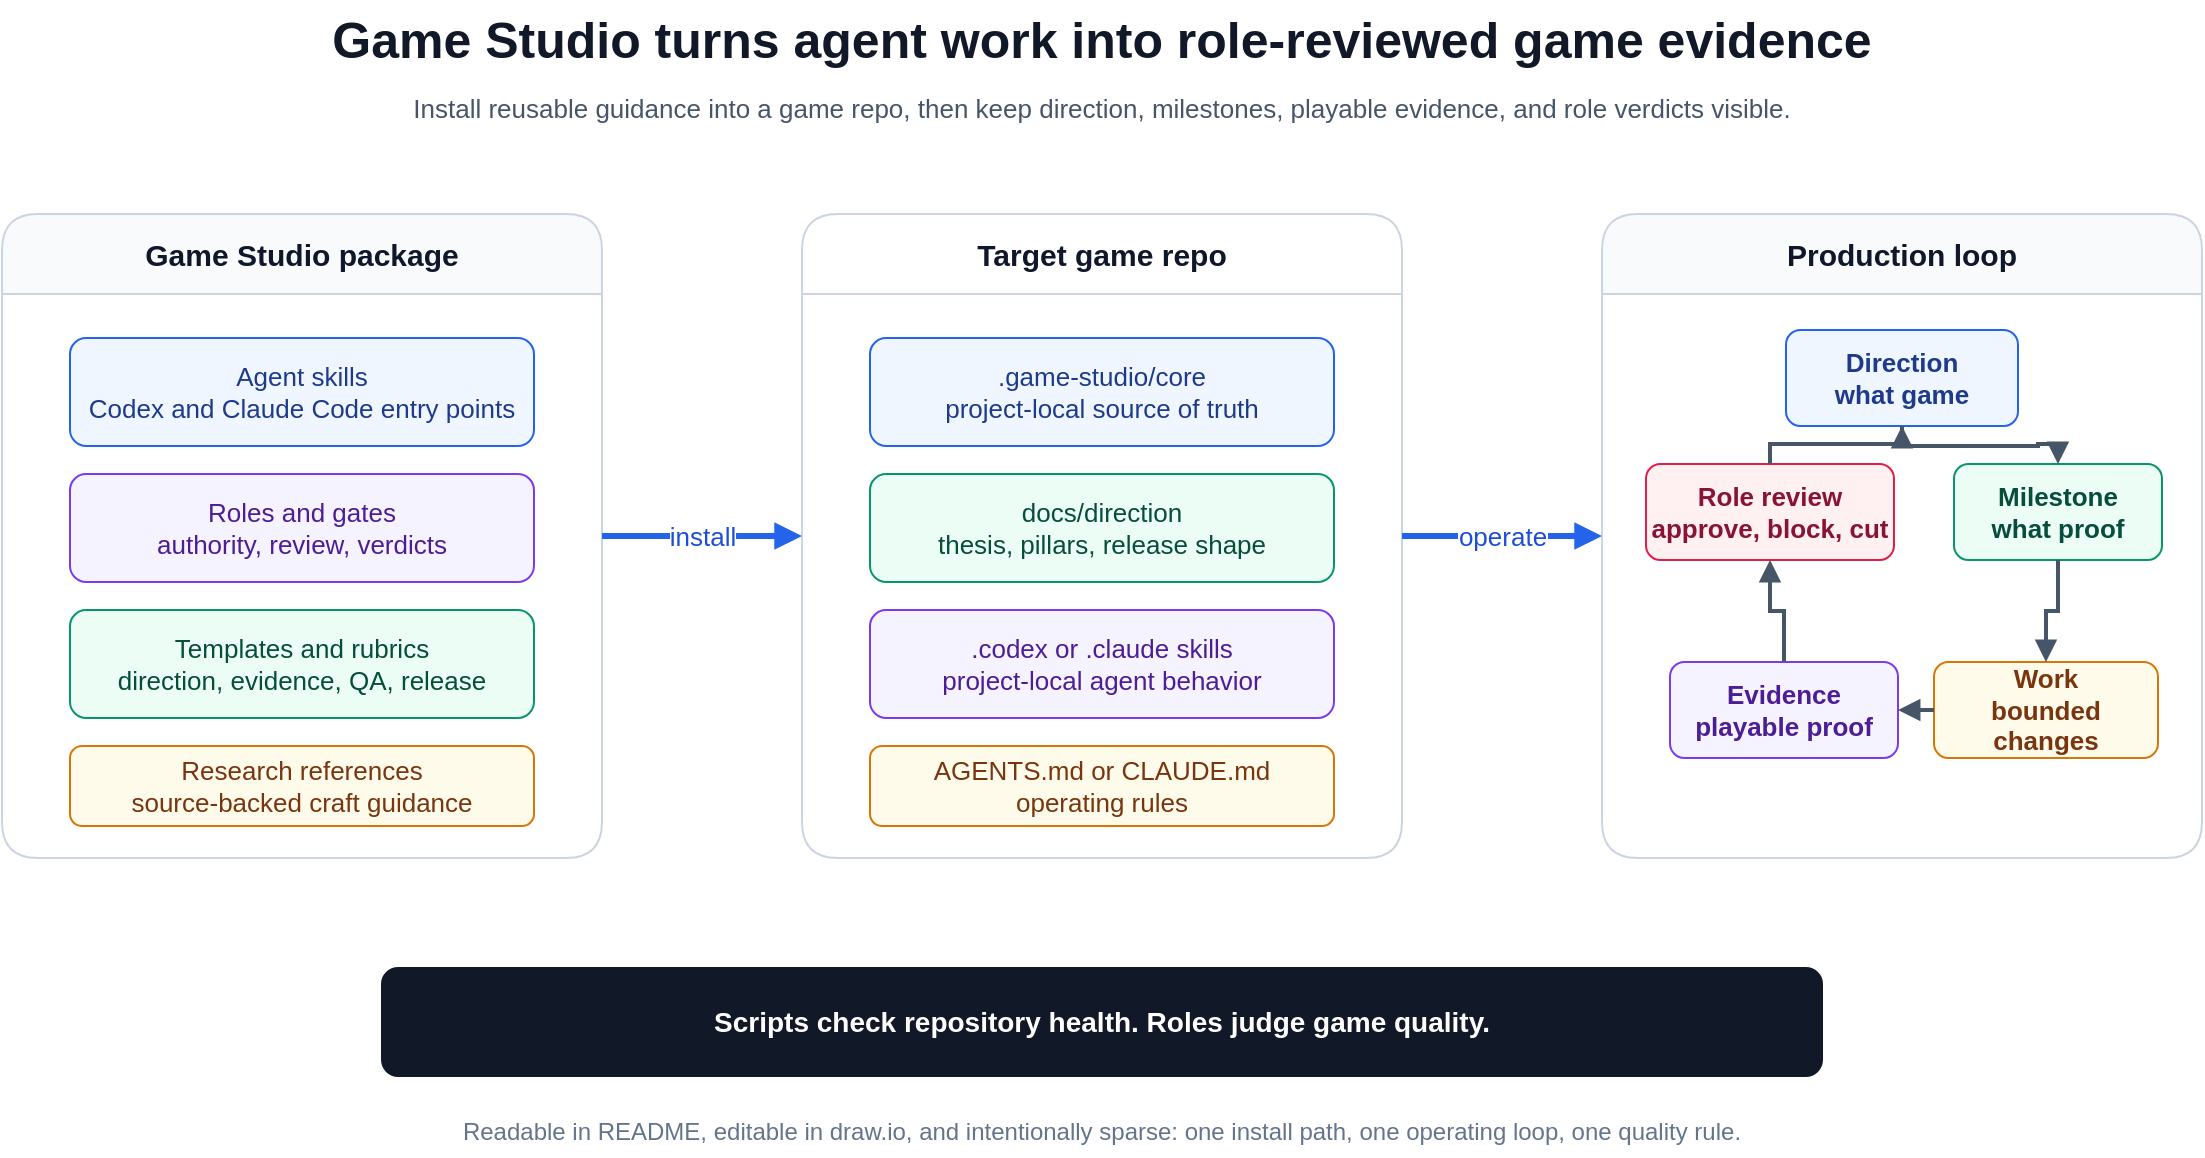
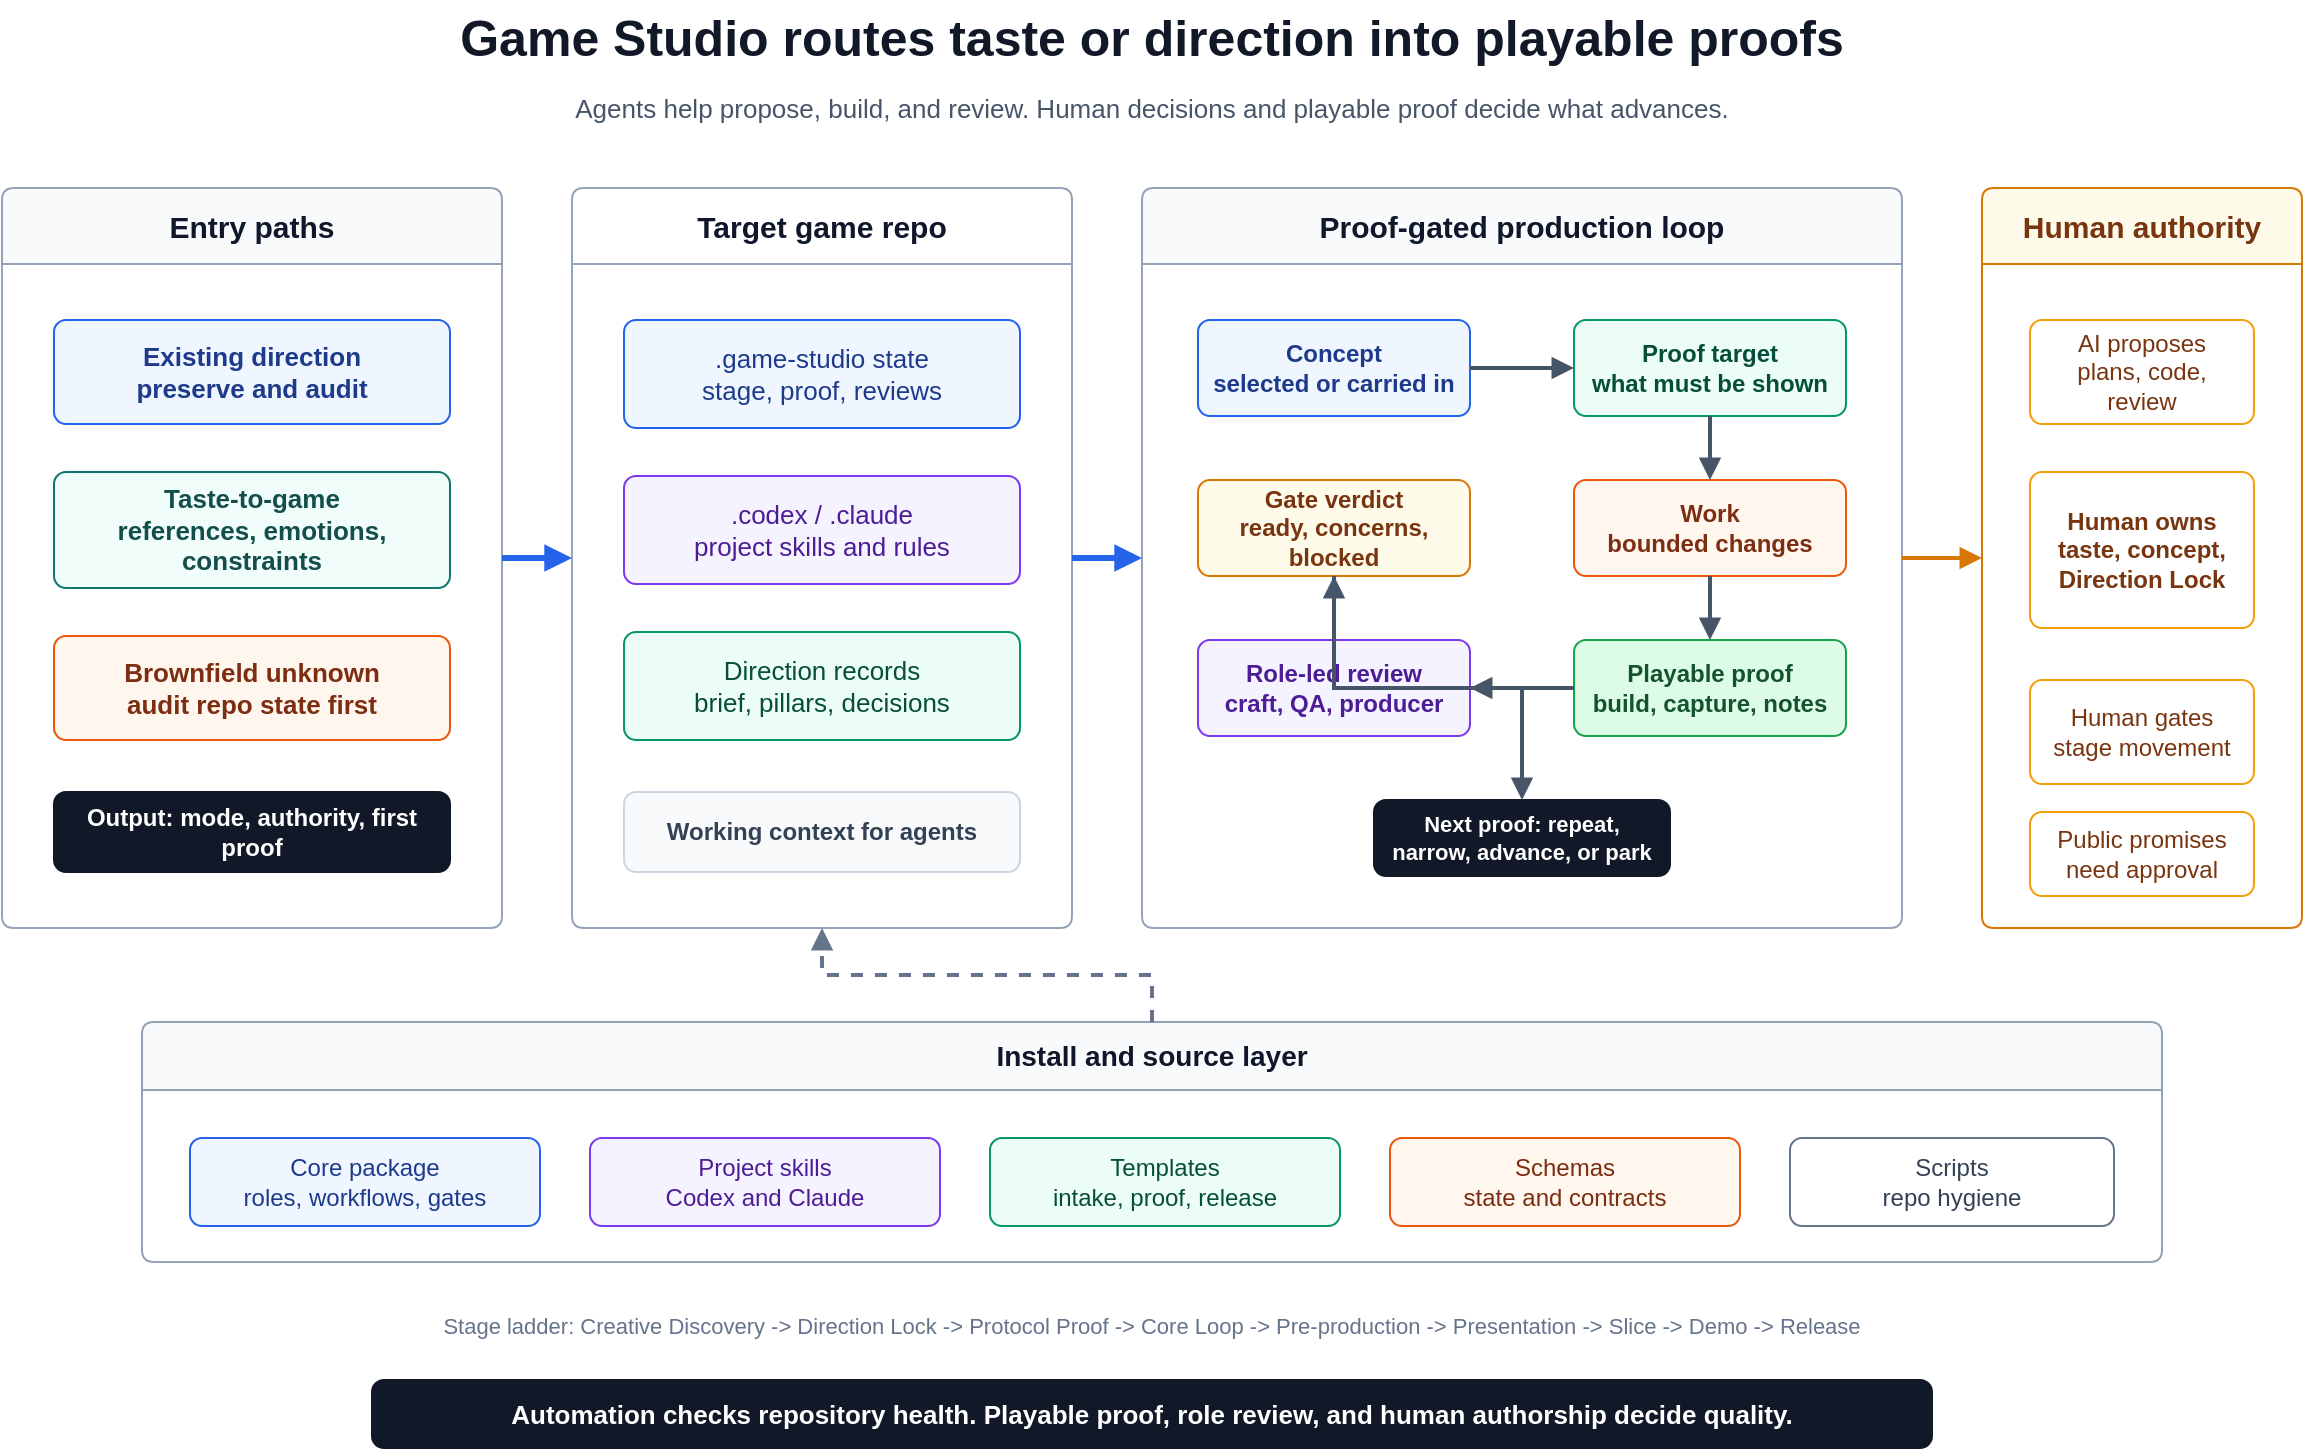
- <mxfile host="app.diagrams.net" modified="2026-05-04T00:00:00.000Z" agent="Codex" version="24.7.17" type="device">
+ <mxfile host="app.diagrams.net" modified="2026-05-05T00:00:00.000Z" agent="Codex" version="24.7.17" type="device">
  <diagram id="game-studio-system-map" name="Game Studio system map">
-     <mxGraphModel dx="1240" dy="720" grid="1" gridSize="10" guides="1" tooltips="1" connect="1" arrows="1" fold="1" page="1" pageScale="1" pageWidth="1240" pageHeight="720" math="0" shadow="0" adaptiveColors="auto">
+     <mxGraphModel dx="1240" dy="760" grid="1" gridSize="10" guides="1" tooltips="1" connect="1" arrows="1" fold="1" page="1" pageScale="1" pageWidth="1240" pageHeight="760" math="0" shadow="0" adaptiveColors="auto">
      <root>
        <mxCell id="0" />
        <mxCell id="1" parent="0" />
-         <mxCell id="title" value="Game Studio turns agent work into role-reviewed game evidence" style="text;html=1;strokeColor=none;fillColor=none;align=center;verticalAlign=middle;whiteSpace=wrap;rounded=0;fontSize=25;fontStyle=1;fontColor=#111827;" vertex="1" parent="1">
-           <mxGeometry x="120" y="28" width="1000" height="38" as="geometry" />
+         <mxCell id="title" value="Game Studio routes taste or direction into playable proofs" style="text;html=1;strokeColor=none;fillColor=none;align=center;verticalAlign=middle;whiteSpace=wrap;rounded=0;fontSize=25;fontStyle=1;fontColor=#111827;" vertex="1" parent="1">
+           <mxGeometry x="80" y="24" width="1080" height="36" as="geometry" />
        </mxCell>
-         <mxCell id="subtitle" value="Install reusable guidance into a game repo, then keep direction, milestones, playable evidence, and role verdicts visible." style="text;html=1;strokeColor=none;fillColor=none;align=center;verticalAlign=middle;whiteSpace=wrap;rounded=0;fontSize=13;fontColor=#475569;" vertex="1" parent="1">
-           <mxGeometry x="220" y="68" width="800" height="28" as="geometry" />
+         <mxCell id="subtitle" value="Agents help propose, build, and review. Human decisions and playable proof decide what advances." style="text;html=1;strokeColor=none;fillColor=none;align=center;verticalAlign=middle;whiteSpace=wrap;rounded=0;fontSize=13;fontColor=#475569;" vertex="1" parent="1">
+           <mxGeometry x="210" y="64" width="820" height="28" as="geometry" />
        </mxCell>
-         <mxCell id="source-zone" value="Game Studio package" style="swimlane;html=1;rounded=1;startSize=40;whiteSpace=wrap;container=1;collapsible=0;recursiveResize=0;fillColor=#F8FAFC;strokeColor=#CBD5E1;fontStyle=1;fontSize=15;fontColor=#0F172A;" vertex="1" parent="1">
-           <mxGeometry x="70" y="135" width="300" height="322" as="geometry" />
+         <mxCell id="entry-zone" value="Entry paths" style="swimlane;html=1;rounded=1;absoluteArcSize=1;arcSize=12;spacing=8;startSize=38;whiteSpace=wrap;container=1;collapsible=0;recursiveResize=0;fillColor=#F8FAFC;strokeColor=#94A3B8;fontStyle=1;fontSize=15;fontColor=#0F172A;" vertex="1" parent="1">
+           <mxGeometry x="45" y="118" width="250" height="370" as="geometry" />
        </mxCell>
-         <mxCell id="source-skills" value="Agent skills&#xa;Codex and Claude Code entry points" style="rounded=1;whiteSpace=wrap;html=1;fillColor=#EFF6FF;strokeColor=#2563EB;fontColor=#1E3A8A;fontSize=13;" vertex="1" parent="source-zone">
-           <mxGeometry x="34" y="62" width="232" height="54" as="geometry" />
+         <mxCell id="entry-direction" value="Existing direction&#xa;preserve and audit" style="rounded=1;absoluteArcSize=1;arcSize=12;whiteSpace=wrap;html=1;spacing=8;fillColor=#EFF6FF;strokeColor=#2563EB;fontColor=#1E3A8A;fontSize=13;fontStyle=1;" vertex="1" parent="entry-zone">
+           <mxGeometry x="26" y="66" width="198" height="52" as="geometry" />
        </mxCell>
-         <mxCell id="source-roles" value="Roles and gates&#xa;authority, review, verdicts" style="rounded=1;whiteSpace=wrap;html=1;fillColor=#F5F3FF;strokeColor=#7C3AED;fontColor=#4C1D95;fontSize=13;" vertex="1" parent="source-zone">
-           <mxGeometry x="34" y="130" width="232" height="54" as="geometry" />
+         <mxCell id="entry-taste" value="Taste-to-game&#xa;references, emotions, constraints" style="rounded=1;absoluteArcSize=1;arcSize=12;whiteSpace=wrap;html=1;spacing=8;fillColor=#F0FDFA;strokeColor=#0F766E;fontColor=#134E4A;fontSize=13;fontStyle=1;" vertex="1" parent="entry-zone">
+           <mxGeometry x="26" y="142" width="198" height="58" as="geometry" />
        </mxCell>
-         <mxCell id="source-templates" value="Templates and rubrics&#xa;direction, evidence, QA, release" style="rounded=1;whiteSpace=wrap;html=1;fillColor=#ECFDF5;strokeColor=#059669;fontColor=#064E3B;fontSize=13;" vertex="1" parent="source-zone">
-           <mxGeometry x="34" y="198" width="232" height="54" as="geometry" />
+         <mxCell id="entry-brownfield" value="Brownfield unknown&#xa;audit repo state first" style="rounded=1;absoluteArcSize=1;arcSize=12;whiteSpace=wrap;html=1;spacing=8;fillColor=#FFF7ED;strokeColor=#EA580C;fontColor=#7C2D12;fontSize=13;fontStyle=1;" vertex="1" parent="entry-zone">
+           <mxGeometry x="26" y="224" width="198" height="52" as="geometry" />
        </mxCell>
-         <mxCell id="source-research" value="Research references&#xa;source-backed craft guidance" style="rounded=1;whiteSpace=wrap;html=1;fillColor=#FFFBEB;strokeColor=#D97706;fontColor=#78350F;fontSize=13;" vertex="1" parent="source-zone">
-           <mxGeometry x="34" y="266" width="232" height="40" as="geometry" />
+         <mxCell id="entry-output" value="Output: mode, authority, first proof" style="rounded=1;absoluteArcSize=1;arcSize=12;whiteSpace=wrap;html=1;spacing=8;fillColor=#111827;strokeColor=#111827;fontColor=#FFFFFF;fontSize=12;fontStyle=1;align=center;" vertex="1" parent="entry-zone">
+           <mxGeometry x="26" y="302" width="198" height="40" as="geometry" />
        </mxCell>
-         <mxCell id="project-zone" value="Target game repo" style="swimlane;html=1;rounded=1;startSize=40;whiteSpace=wrap;container=1;collapsible=0;recursiveResize=0;fillColor=#FFFFFF;strokeColor=#CBD5E1;fontStyle=1;fontSize=15;fontColor=#0F172A;" vertex="1" parent="1">
-           <mxGeometry x="470" y="135" width="300" height="322" as="geometry" />
+         <mxCell id="repo-zone" value="Target game repo" style="swimlane;html=1;rounded=1;absoluteArcSize=1;arcSize=12;spacing=8;startSize=38;whiteSpace=wrap;container=1;collapsible=0;recursiveResize=0;fillColor=#FFFFFF;strokeColor=#94A3B8;fontStyle=1;fontSize=15;fontColor=#0F172A;" vertex="1" parent="1">
+           <mxGeometry x="330" y="118" width="250" height="370" as="geometry" />
        </mxCell>
-         <mxCell id="project-state" value=".game-studio/core&#xa;project-local source of truth" style="rounded=1;whiteSpace=wrap;html=1;fillColor=#EFF6FF;strokeColor=#2563EB;fontColor=#1E3A8A;fontSize=13;" vertex="1" parent="project-zone">
-           <mxGeometry x="34" y="62" width="232" height="54" as="geometry" />
+         <mxCell id="repo-state-main" value=".game-studio state&#xa;stage, proof, reviews" style="rounded=1;absoluteArcSize=1;arcSize=12;whiteSpace=wrap;html=1;spacing=8;fillColor=#EFF6FF;strokeColor=#2563EB;fontColor=#1E3A8A;fontSize=13;" vertex="1" parent="repo-zone">
+           <mxGeometry x="26" y="66" width="198" height="54" as="geometry" />
        </mxCell>
-         <mxCell id="project-direction" value="docs/direction&#xa;thesis, pillars, release shape" style="rounded=1;whiteSpace=wrap;html=1;fillColor=#ECFDF5;strokeColor=#059669;fontColor=#064E3B;fontSize=13;" vertex="1" parent="project-zone">
-           <mxGeometry x="34" y="130" width="232" height="54" as="geometry" />
+         <mxCell id="repo-agents" value=".codex / .claude&#xa;project skills and rules" style="rounded=1;absoluteArcSize=1;arcSize=12;whiteSpace=wrap;html=1;spacing=8;fillColor=#F5F3FF;strokeColor=#7C3AED;fontColor=#4C1D95;fontSize=13;" vertex="1" parent="repo-zone">
+           <mxGeometry x="26" y="144" width="198" height="54" as="geometry" />
        </mxCell>
-         <mxCell id="project-skills" value=".codex or .claude skills&#xa;project-local agent behavior" style="rounded=1;whiteSpace=wrap;html=1;fillColor=#F5F3FF;strokeColor=#7C3AED;fontColor=#4C1D95;fontSize=13;" vertex="1" parent="project-zone">
-           <mxGeometry x="34" y="198" width="232" height="54" as="geometry" />
+         <mxCell id="repo-direction" value="Direction records&#xa;brief, pillars, decisions" style="rounded=1;absoluteArcSize=1;arcSize=12;whiteSpace=wrap;html=1;spacing=8;fillColor=#ECFDF5;strokeColor=#059669;fontColor=#064E3B;fontSize=13;" vertex="1" parent="repo-zone">
+           <mxGeometry x="26" y="222" width="198" height="54" as="geometry" />
        </mxCell>
-         <mxCell id="project-policy" value="AGENTS.md or CLAUDE.md&#xa;operating rules" style="rounded=1;whiteSpace=wrap;html=1;fillColor=#FFFBEB;strokeColor=#D97706;fontColor=#78350F;fontSize=13;" vertex="1" parent="project-zone">
-           <mxGeometry x="34" y="266" width="232" height="40" as="geometry" />
+         <mxCell id="repo-output-main" value="Working context for agents" style="rounded=1;absoluteArcSize=1;arcSize=12;whiteSpace=wrap;html=1;spacing=8;fillColor=#F8FAFC;strokeColor=#CBD5E1;fontColor=#334155;fontSize=12;fontStyle=1;align=center;" vertex="1" parent="repo-zone">
+           <mxGeometry x="26" y="302" width="198" height="40" as="geometry" />
        </mxCell>
-         <mxCell id="loop-zone" value="Production loop" style="swimlane;html=1;rounded=1;startSize=40;whiteSpace=wrap;container=1;collapsible=0;recursiveResize=0;fillColor=#F8FAFC;strokeColor=#CBD5E1;fontStyle=1;fontSize=15;fontColor=#0F172A;" vertex="1" parent="1">
-           <mxGeometry x="870" y="135" width="300" height="322" as="geometry" />
+         <mxCell id="loop-zone" value="Proof-gated production loop" style="swimlane;html=1;rounded=1;absoluteArcSize=1;arcSize=12;spacing=8;startSize=38;whiteSpace=wrap;container=1;collapsible=0;recursiveResize=0;fillColor=#F8FAFC;strokeColor=#94A3B8;fontStyle=1;fontSize=15;fontColor=#0F172A;" vertex="1" parent="1">
+           <mxGeometry x="615" y="118" width="380" height="370" as="geometry" />
        </mxCell>
-         <mxCell id="loop-direction" value="Direction&#xa;what game" style="rounded=1;whiteSpace=wrap;html=1;fillColor=#EFF6FF;strokeColor=#2563EB;fontColor=#1E3A8A;fontSize=13;fontStyle=1;" vertex="1" parent="loop-zone">
-           <mxGeometry x="92" y="58" width="116" height="48" as="geometry" />
+         <mxCell id="loop-concept" value="Concept&#xa;selected or carried in" style="rounded=1;absoluteArcSize=1;arcSize=12;whiteSpace=wrap;html=1;spacing=8;fillColor=#EFF6FF;strokeColor=#2563EB;fontColor=#1E3A8A;fontSize=12;fontStyle=1;" vertex="1" parent="loop-zone">
+           <mxGeometry x="28" y="66" width="136" height="48" as="geometry" />
        </mxCell>
-         <mxCell id="loop-milestone" value="Milestone&#xa;what proof" style="rounded=1;whiteSpace=wrap;html=1;fillColor=#ECFDF5;strokeColor=#059669;fontColor=#064E3B;fontSize=13;fontStyle=1;" vertex="1" parent="loop-zone">
-           <mxGeometry x="176" y="125" width="104" height="48" as="geometry" />
+         <mxCell id="loop-target" value="Proof target&#xa;what must be shown" style="rounded=1;absoluteArcSize=1;arcSize=12;whiteSpace=wrap;html=1;spacing=8;fillColor=#ECFDF5;strokeColor=#059669;fontColor=#064E3B;fontSize=12;fontStyle=1;" vertex="1" parent="loop-zone">
+           <mxGeometry x="216" y="66" width="136" height="48" as="geometry" />
        </mxCell>
-         <mxCell id="loop-work" value="Work&#xa;bounded changes" style="rounded=1;whiteSpace=wrap;html=1;fillColor=#FFFBEB;strokeColor=#D97706;fontColor=#78350F;fontSize=13;fontStyle=1;" vertex="1" parent="loop-zone">
-           <mxGeometry x="166" y="224" width="112" height="48" as="geometry" />
+         <mxCell id="loop-work" value="Work&#xa;bounded changes" style="rounded=1;absoluteArcSize=1;arcSize=12;whiteSpace=wrap;html=1;spacing=8;fillColor=#FFF7ED;strokeColor=#EA580C;fontColor=#7C2D12;fontSize=12;fontStyle=1;" vertex="1" parent="loop-zone">
+           <mxGeometry x="216" y="146" width="136" height="48" as="geometry" />
        </mxCell>
-         <mxCell id="loop-evidence" value="Evidence&#xa;playable proof" style="rounded=1;whiteSpace=wrap;html=1;fillColor=#F5F3FF;strokeColor=#7C3AED;fontColor=#4C1D95;fontSize=13;fontStyle=1;" vertex="1" parent="loop-zone">
-           <mxGeometry x="34" y="224" width="114" height="48" as="geometry" />
+         <mxCell id="loop-playable" value="Playable proof&#xa;build, capture, notes" style="rounded=1;absoluteArcSize=1;arcSize=12;whiteSpace=wrap;html=1;spacing=8;fillColor=#DCFCE7;strokeColor=#16A34A;fontColor=#14532D;fontSize=12;fontStyle=1;" vertex="1" parent="loop-zone">
+           <mxGeometry x="216" y="226" width="136" height="48" as="geometry" />
        </mxCell>
-         <mxCell id="loop-review" value="Role review&#xa;approve, block, cut" style="rounded=1;whiteSpace=wrap;html=1;fillColor=#FFF1F2;strokeColor=#E11D48;fontColor=#881337;fontSize=13;fontStyle=1;" vertex="1" parent="loop-zone">
-           <mxGeometry x="22" y="125" width="124" height="48" as="geometry" />
+         <mxCell id="loop-review" value="Role-led review&#xa;craft, QA, producer" style="rounded=1;absoluteArcSize=1;arcSize=12;whiteSpace=wrap;html=1;spacing=8;fillColor=#F5F3FF;strokeColor=#7C3AED;fontColor=#4C1D95;fontSize=12;fontStyle=1;" vertex="1" parent="loop-zone">
+           <mxGeometry x="28" y="226" width="136" height="48" as="geometry" />
        </mxCell>
-         <mxCell id="install-arrow" value="install" style="edgeStyle=orthogonalEdgeStyle;rounded=0;orthogonalLoop=1;jettySize=auto;html=1;strokeColor=#2563EB;strokeWidth=3;fontColor=#1D4ED8;fontSize=13;endArrow=block;endFill=1;" edge="1" parent="1" source="source-zone" target="project-zone">
+         <mxCell id="loop-gate" value="Gate verdict&#xa;ready, concerns, blocked" style="rounded=1;absoluteArcSize=1;arcSize=12;whiteSpace=wrap;html=1;spacing=8;fillColor=#FFFBEB;strokeColor=#D97706;fontColor=#78350F;fontSize=12;fontStyle=1;" vertex="1" parent="loop-zone">
+           <mxGeometry x="28" y="146" width="136" height="48" as="geometry" />
+         </mxCell>
+         <mxCell id="loop-next" value="Next proof: repeat, narrow, advance, or park" style="rounded=1;absoluteArcSize=1;arcSize=12;whiteSpace=wrap;html=1;spacing=8;fillColor=#111827;strokeColor=#111827;fontColor=#FFFFFF;fontSize=11;fontStyle=1;align=center;" vertex="1" parent="loop-zone">
+           <mxGeometry x="116" y="306" width="148" height="38" as="geometry" />
+         </mxCell>
+         <mxCell id="authority-zone" value="Human authority" style="swimlane;html=1;rounded=1;absoluteArcSize=1;arcSize=12;spacing=8;startSize=38;whiteSpace=wrap;container=1;collapsible=0;recursiveResize=0;fillColor=#FFFBEB;strokeColor=#D97706;fontStyle=1;fontSize=15;fontColor=#78350F;" vertex="1" parent="1">
+           <mxGeometry x="1035" y="118" width="160" height="370" as="geometry" />
+         </mxCell>
+         <mxCell id="authority-agent" value="AI proposes&#xa;plans, code, review" style="rounded=1;absoluteArcSize=1;arcSize=12;whiteSpace=wrap;html=1;spacing=8;fillColor=#FFFFFF;strokeColor=#F59E0B;fontColor=#78350F;fontSize=12;" vertex="1" parent="authority-zone">
+           <mxGeometry x="24" y="66" width="112" height="52" as="geometry" />
+         </mxCell>
+         <mxCell id="authority-human" value="Human owns&#xa;taste, concept, Direction Lock" style="rounded=1;absoluteArcSize=1;arcSize=12;whiteSpace=wrap;html=1;spacing=8;fillColor=#FFFFFF;strokeColor=#F59E0B;fontColor=#78350F;fontSize=12;fontStyle=1;" vertex="1" parent="authority-zone">
+           <mxGeometry x="24" y="142" width="112" height="78" as="geometry" />
+         </mxCell>
+         <mxCell id="authority-stage" value="Human gates&#xa;stage movement" style="rounded=1;absoluteArcSize=1;arcSize=12;whiteSpace=wrap;html=1;spacing=8;fillColor=#FFFFFF;strokeColor=#F59E0B;fontColor=#78350F;fontSize=12;" vertex="1" parent="authority-zone">
+           <mxGeometry x="24" y="246" width="112" height="52" as="geometry" />
+         </mxCell>
+         <mxCell id="authority-public" value="Public promises&#xa;need approval" style="rounded=1;absoluteArcSize=1;arcSize=12;whiteSpace=wrap;html=1;spacing=8;fillColor=#FFFFFF;strokeColor=#F59E0B;fontColor=#78350F;fontSize=12;" vertex="1" parent="authority-zone">
+           <mxGeometry x="24" y="312" width="112" height="42" as="geometry" />
+         </mxCell>
+         <mxCell id="substrate-zone" value="Install and source layer" style="swimlane;html=1;rounded=1;absoluteArcSize=1;arcSize=12;spacing=8;startSize=34;whiteSpace=wrap;container=1;collapsible=0;recursiveResize=0;fillColor=#F8FAFC;strokeColor=#94A3B8;fontStyle=1;fontSize=14;fontColor=#0F172A;" vertex="1" parent="1">
+           <mxGeometry x="115" y="535" width="1010" height="120" as="geometry" />
+         </mxCell>
+         <mxCell id="sub-core" value="Core package&#xa;roles, workflows, gates" style="rounded=1;absoluteArcSize=1;arcSize=12;whiteSpace=wrap;html=1;spacing=8;fillColor=#EFF6FF;strokeColor=#2563EB;fontColor=#1E3A8A;fontSize=12;" vertex="1" parent="substrate-zone">
+           <mxGeometry x="24" y="58" width="175" height="44" as="geometry" />
+         </mxCell>
+         <mxCell id="sub-skills" value="Project skills&#xa;Codex and Claude" style="rounded=1;absoluteArcSize=1;arcSize=12;whiteSpace=wrap;html=1;spacing=8;fillColor=#F5F3FF;strokeColor=#7C3AED;fontColor=#4C1D95;fontSize=12;" vertex="1" parent="substrate-zone">
+           <mxGeometry x="224" y="58" width="175" height="44" as="geometry" />
+         </mxCell>
+         <mxCell id="sub-templates" value="Templates&#xa;intake, proof, release" style="rounded=1;absoluteArcSize=1;arcSize=12;whiteSpace=wrap;html=1;spacing=8;fillColor=#ECFDF5;strokeColor=#059669;fontColor=#064E3B;fontSize=12;" vertex="1" parent="substrate-zone">
+           <mxGeometry x="424" y="58" width="175" height="44" as="geometry" />
+         </mxCell>
+         <mxCell id="sub-contracts" value="Schemas&#xa;state and contracts" style="rounded=1;absoluteArcSize=1;arcSize=12;whiteSpace=wrap;html=1;spacing=8;fillColor=#FFF7ED;strokeColor=#EA580C;fontColor=#7C2D12;fontSize=12;" vertex="1" parent="substrate-zone">
+           <mxGeometry x="624" y="58" width="175" height="44" as="geometry" />
+         </mxCell>
+         <mxCell id="sub-scripts" value="Scripts&#xa;repo hygiene" style="rounded=1;absoluteArcSize=1;arcSize=12;whiteSpace=wrap;html=1;spacing=8;fillColor=#FFFFFF;strokeColor=#64748B;fontColor=#334155;fontSize=12;" vertex="1" parent="substrate-zone">
+           <mxGeometry x="824" y="58" width="162" height="44" as="geometry" />
+         </mxCell>
+         <mxCell id="entry-to-repo" value="" style="edgeStyle=orthogonalEdgeStyle;rounded=0;orthogonalLoop=1;jettySize=auto;html=1;strokeColor=#2563EB;strokeWidth=3;fontColor=#1D4ED8;fontSize=12;endArrow=block;endFill=1;" edge="1" parent="1" source="entry-zone" target="repo-zone">
          <mxGeometry relative="1" as="geometry" />
        </mxCell>
-         <mxCell id="operate-arrow" value="operate" style="edgeStyle=orthogonalEdgeStyle;rounded=0;orthogonalLoop=1;jettySize=auto;html=1;strokeColor=#2563EB;strokeWidth=3;fontColor=#1D4ED8;fontSize=13;endArrow=block;endFill=1;" edge="1" parent="1" source="project-zone" target="loop-zone">
+         <mxCell id="repo-to-loop" value="" style="edgeStyle=orthogonalEdgeStyle;rounded=0;orthogonalLoop=1;jettySize=auto;html=1;strokeColor=#2563EB;strokeWidth=3;fontColor=#1D4ED8;fontSize=12;endArrow=block;endFill=1;" edge="1" parent="1" source="repo-zone" target="loop-zone">
          <mxGeometry relative="1" as="geometry" />
        </mxCell>
-         <mxCell id="edge-direction-milestone" value="" style="edgeStyle=orthogonalEdgeStyle;rounded=0;html=1;strokeColor=#475569;strokeWidth=2;endArrow=block;endFill=1;" edge="1" parent="loop-zone" source="loop-direction" target="loop-milestone">
+         <mxCell id="loop-to-authority" value="" style="edgeStyle=orthogonalEdgeStyle;rounded=0;orthogonalLoop=1;jettySize=auto;html=1;strokeColor=#D97706;strokeWidth=2;fontColor=#92400E;fontSize=11;endArrow=block;endFill=1;" edge="1" parent="1" source="loop-zone" target="authority-zone">
          <mxGeometry relative="1" as="geometry" />
        </mxCell>
-         <mxCell id="edge-milestone-work" value="" style="edgeStyle=orthogonalEdgeStyle;rounded=0;html=1;strokeColor=#475569;strokeWidth=2;endArrow=block;endFill=1;" edge="1" parent="loop-zone" source="loop-milestone" target="loop-work">
+         <mxCell id="substrate-to-repo" value="" style="edgeStyle=orthogonalEdgeStyle;rounded=0;orthogonalLoop=1;jettySize=auto;html=1;strokeColor=#64748B;strokeWidth=2;fontColor=#475569;fontSize=11;endArrow=block;endFill=1;dashed=1;" edge="1" parent="1" source="substrate-zone" target="repo-zone">
          <mxGeometry relative="1" as="geometry" />
        </mxCell>
-         <mxCell id="edge-work-evidence" value="" style="edgeStyle=orthogonalEdgeStyle;rounded=0;html=1;strokeColor=#475569;strokeWidth=2;endArrow=block;endFill=1;" edge="1" parent="loop-zone" source="loop-work" target="loop-evidence">
+         <mxCell id="edge-concept-target" value="" style="edgeStyle=orthogonalEdgeStyle;rounded=0;orthogonalLoop=1;jettySize=auto;html=1;strokeColor=#475569;strokeWidth=2;endArrow=block;endFill=1;" edge="1" parent="loop-zone" source="loop-concept" target="loop-target">
          <mxGeometry relative="1" as="geometry" />
        </mxCell>
-         <mxCell id="edge-evidence-review" value="" style="edgeStyle=orthogonalEdgeStyle;rounded=0;html=1;strokeColor=#475569;strokeWidth=2;endArrow=block;endFill=1;" edge="1" parent="loop-zone" source="loop-evidence" target="loop-review">
+         <mxCell id="edge-target-work" value="" style="edgeStyle=orthogonalEdgeStyle;rounded=0;orthogonalLoop=1;jettySize=auto;html=1;strokeColor=#475569;strokeWidth=2;endArrow=block;endFill=1;" edge="1" parent="loop-zone" source="loop-target" target="loop-work">
          <mxGeometry relative="1" as="geometry" />
        </mxCell>
-         <mxCell id="edge-review-direction" value="" style="edgeStyle=orthogonalEdgeStyle;rounded=0;html=1;strokeColor=#475569;strokeWidth=2;endArrow=block;endFill=1;" edge="1" parent="loop-zone" source="loop-review" target="loop-direction">
+         <mxCell id="edge-work-playable" value="" style="edgeStyle=orthogonalEdgeStyle;rounded=0;orthogonalLoop=1;jettySize=auto;html=1;strokeColor=#475569;strokeWidth=2;endArrow=block;endFill=1;" edge="1" parent="loop-zone" source="loop-work" target="loop-playable">
          <mxGeometry relative="1" as="geometry" />
        </mxCell>
-         <mxCell id="bottom-strip" value="Scripts check repository health. Roles judge game quality." style="rounded=1;whiteSpace=wrap;html=1;fillColor=#111827;strokeColor=#111827;fontColor=#FFFFFF;fontSize=14;fontStyle=1;align=center;verticalAlign=middle;" vertex="1" parent="1">
-           <mxGeometry x="260" y="512" width="720" height="54" as="geometry" />
+         <mxCell id="edge-playable-review" value="" style="edgeStyle=orthogonalEdgeStyle;rounded=0;orthogonalLoop=1;jettySize=auto;html=1;strokeColor=#475569;strokeWidth=2;endArrow=block;endFill=1;" edge="1" parent="loop-zone" source="loop-playable" target="loop-review">
+           <mxGeometry relative="1" as="geometry" />
        </mxCell>
-         <mxCell id="caption" value="Readable in README, editable in draw.io, and intentionally sparse: one install path, one operating loop, one quality rule." style="text;html=1;strokeColor=none;fillColor=none;align=center;verticalAlign=middle;whiteSpace=wrap;rounded=0;fontSize=12;fontColor=#64748B;" vertex="1" parent="1">
-           <mxGeometry x="255" y="582" width="730" height="24" as="geometry" />
+         <mxCell id="edge-review-gate" value="" style="edgeStyle=orthogonalEdgeStyle;rounded=0;orthogonalLoop=1;jettySize=auto;html=1;strokeColor=#475569;strokeWidth=2;endArrow=block;endFill=1;" edge="1" parent="loop-zone" source="loop-review" target="loop-gate">
+           <mxGeometry relative="1" as="geometry" />
+         </mxCell>
+         <mxCell id="edge-gate-next" value="" style="edgeStyle=orthogonalEdgeStyle;rounded=0;orthogonalLoop=1;jettySize=auto;html=1;strokeColor=#475569;strokeWidth=2;endArrow=block;endFill=1;" edge="1" parent="loop-zone" source="loop-gate" target="loop-next">
+           <mxGeometry relative="1" as="geometry" />
+         </mxCell>
+         <mxCell id="stage-ladder" value="Stage ladder: Creative Discovery -&gt; Direction Lock -&gt; Protocol Proof -&gt; Core Loop -&gt; Pre-production -&gt; Presentation -&gt; Slice -&gt; Demo -&gt; Release" style="text;html=1;strokeColor=none;fillColor=none;align=center;verticalAlign=middle;whiteSpace=wrap;rounded=0;fontSize=11;fontColor=#64748B;" vertex="1" parent="1">
+           <mxGeometry x="150" y="675" width="940" height="24" as="geometry" />
+         </mxCell>
+         <mxCell id="bottom-strip" value="Automation checks repository health. Playable proof, role review, and human authorship decide quality." style="rounded=1;absoluteArcSize=1;arcSize=12;whiteSpace=wrap;html=1;spacing=8;fillColor=#111827;strokeColor=#111827;fontColor=#FFFFFF;fontSize=13;fontStyle=1;align=center;verticalAlign=middle;" vertex="1" parent="1">
+           <mxGeometry x="230" y="714" width="780" height="34" as="geometry" />
        </mxCell>
      </root>
    </mxGraphModel>
  </diagram>
</mxfile>
